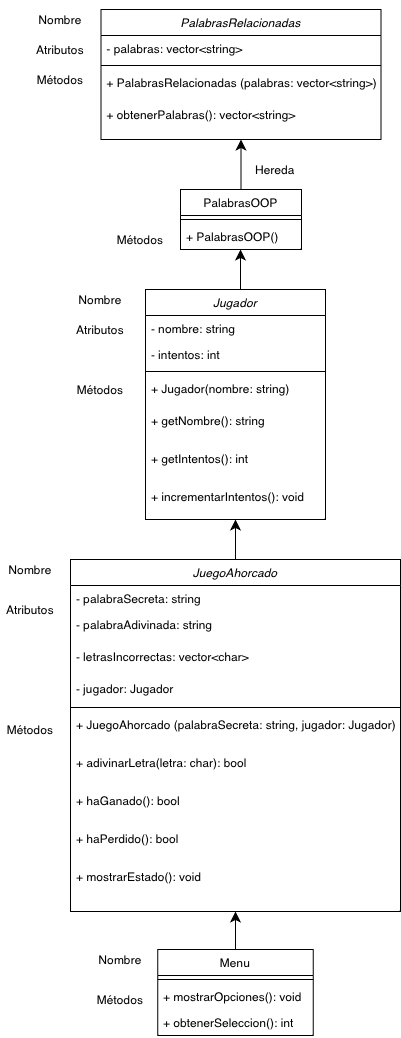
Before: OOP HANGMAN.drawio.png, a diagram exported from draw.io (A01712128/OOP23). Source tidied: cells renumbered, new cells last; positions are measured from the earlier drawing's top-left corner, leaving out a move shared by most shapes.
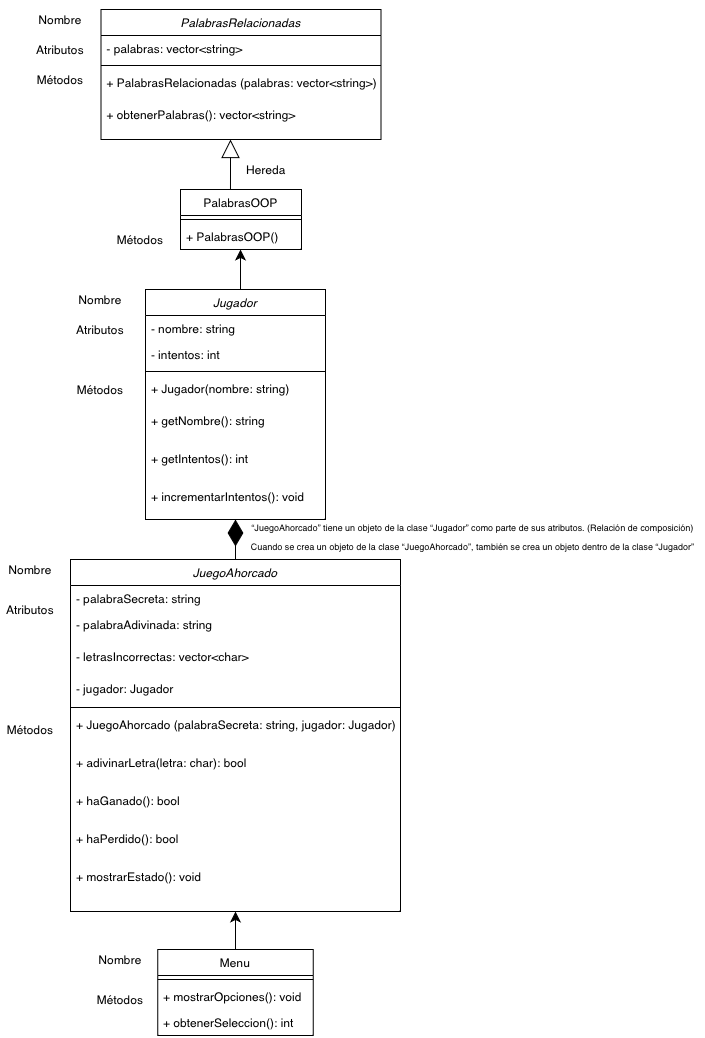
After the commit.

Diff of the diagram source:
```diff
@@ -2,9 +2,6 @@
   <root>
     <mxCell id="0" />
     <mxCell id="1" parent="0" />
-    <mxCell id="2" style="endArrow=classic;html=1;rounded=0;fontSize=12;startSize=8;endSize=8;curved=1;exitX=0.5;exitY=0;exitDx=0;exitDy=0;entryX=0.5;entryY=1;entryDx=0;entryDy=0;entryPerimeter=0;" parent="1" edge="1" source="8" target="7">
-      <mxGeometry relative="1" as="geometry" />
-    </mxCell>
     <mxCell id="3" value="PalabrasRelacionadas" style="swimlane;fontStyle=2;align=center;verticalAlign=top;horizontal=1;startSize=26;rounded=0;shadow=0;strokeWidth=1;" parent="1" vertex="1">
       <mxGeometry x="100.5" width="280" height="130" as="geometry" />
     </mxCell>
@@ -33,7 +30,7 @@
       <mxGeometry x="30" width="60" height="20" as="geometry" />
     </mxCell>
     <mxCell id="12" value="&lt;p style=&quot;line-height: 120%; font-size: 12px;&quot;&gt;&lt;font style=&quot;font-size: 12px;&quot;&gt;Hereda&lt;/font&gt;&lt;/p&gt;" style="text;strokeColor=none;fillColor=none;html=1;align=center;verticalAlign=middle;whiteSpace=wrap;rounded=0;fontSize=12;" parent="1" vertex="1">
-      <mxGeometry x="240" y="150" width="70" height="20" as="geometry" />
+      <mxGeometry x="231" y="150" width="70" height="20" as="geometry" />
     </mxCell>
     <mxCell id="13" value="&lt;p style=&quot;line-height: 120%; font-size: 12px;&quot;&gt;&lt;font style=&quot;font-size: 12px;&quot;&gt;Atributos&lt;/font&gt;&lt;/p&gt;" style="text;strokeColor=none;fillColor=none;html=1;align=center;verticalAlign=middle;whiteSpace=wrap;rounded=0;fontSize=12;" parent="1" vertex="1">
       <mxGeometry x="30" y="30" width="60" height="20" as="geometry" />
@@ -115,9 +112,6 @@
     <mxCell id="38" value="+ mostrarEstado(): void" style="text;align=left;verticalAlign=top;spacingLeft=4;spacingRight=4;overflow=hidden;" parent="28" vertex="1">
       <mxGeometry y="304" width="330" height="38" as="geometry" />
     </mxCell>
-    <mxCell id="39" style="endArrow=classic;html=1;rounded=0;fontSize=12;startSize=8;endSize=8;curved=1;exitX=0.5;exitY=0;exitDx=0;exitDy=0;entryX=0.5;entryY=1;entryDx=0;entryDy=0;" parent="1" edge="1" source="28" target="16">
-      <mxGeometry relative="1" as="geometry" />
-    </mxCell>
     <mxCell id="40" value="&lt;p style=&quot;line-height: 120%; font-size: 12px;&quot;&gt;&lt;font style=&quot;font-size: 12px;&quot;&gt;Nombre&lt;/font&gt;&lt;/p&gt;" style="text;strokeColor=none;fillColor=none;html=1;align=center;verticalAlign=middle;whiteSpace=wrap;rounded=0;fontSize=12;" parent="1" vertex="1">
       <mxGeometry y="550" width="60" height="20" as="geometry" />
     </mxCell>
@@ -148,5 +142,20 @@
     <mxCell id="49" value="&lt;p style=&quot;line-height: 120%; font-size: 12px;&quot;&gt;&lt;font style=&quot;font-size: 12px;&quot;&gt;Métodos&lt;/font&gt;&lt;/p&gt;" style="text;strokeColor=none;fillColor=none;html=1;align=center;verticalAlign=middle;whiteSpace=wrap;rounded=0;fontSize=12;" parent="1" vertex="1">
       <mxGeometry x="90" y="980" width="60" height="20" as="geometry" />
     </mxCell>
+    <mxCell id="50" style="endArrow=block;endSize=16;endFill=0;html=1;rounded=0;fontSize=12;curved=1;exitX=0.413;exitY=0;exitDx=0;exitDy=0;exitPerimeter=0;" parent="1" edge="1" source="8">
+      <mxGeometry x="-0.2" relative="1" as="geometry">
+        <mxPoint x="230" y="130" as="targetPoint" />
+        <Array as="points">
+          <mxPoint x="230" y="170" />
+          <mxPoint x="230" y="150" />
+        </Array>
+      </mxGeometry>
+    </mxCell>
+    <mxCell id="39" style="endArrow=diamondThin;endFill=1;endSize=24;html=1;rounded=0;fontSize=12;curved=1;entryX=0.5;entryY=1;entryDx=0;entryDy=0;exitX=0.5;exitY=0;exitDx=0;exitDy=0;" parent="1" edge="1" source="28" target="16">
+      <mxGeometry relative="1" as="geometry" />
+    </mxCell>
+    <mxCell id="51" value="&lt;font style=&quot;font-size: 9px;&quot;&gt;“JuegoAhorcado” tiene un objeto de la clase “Jugador” como parte de sus atributos. (Relación de composición)&lt;br&gt;Cuando se crea un objeto de la clase “JuegoAhorcado”, también se crea un objeto dentro de la clase “Jugador”&lt;/font&gt;" style="text;strokeColor=none;fillColor=none;html=1;align=center;verticalAlign=middle;whiteSpace=wrap;rounded=0;fontSize=16;" parent="1" vertex="1">
+      <mxGeometry x="240" y="500" width="465" height="50" as="geometry" />
+    </mxCell>
   </root>
 </mxGraphModel>
```
